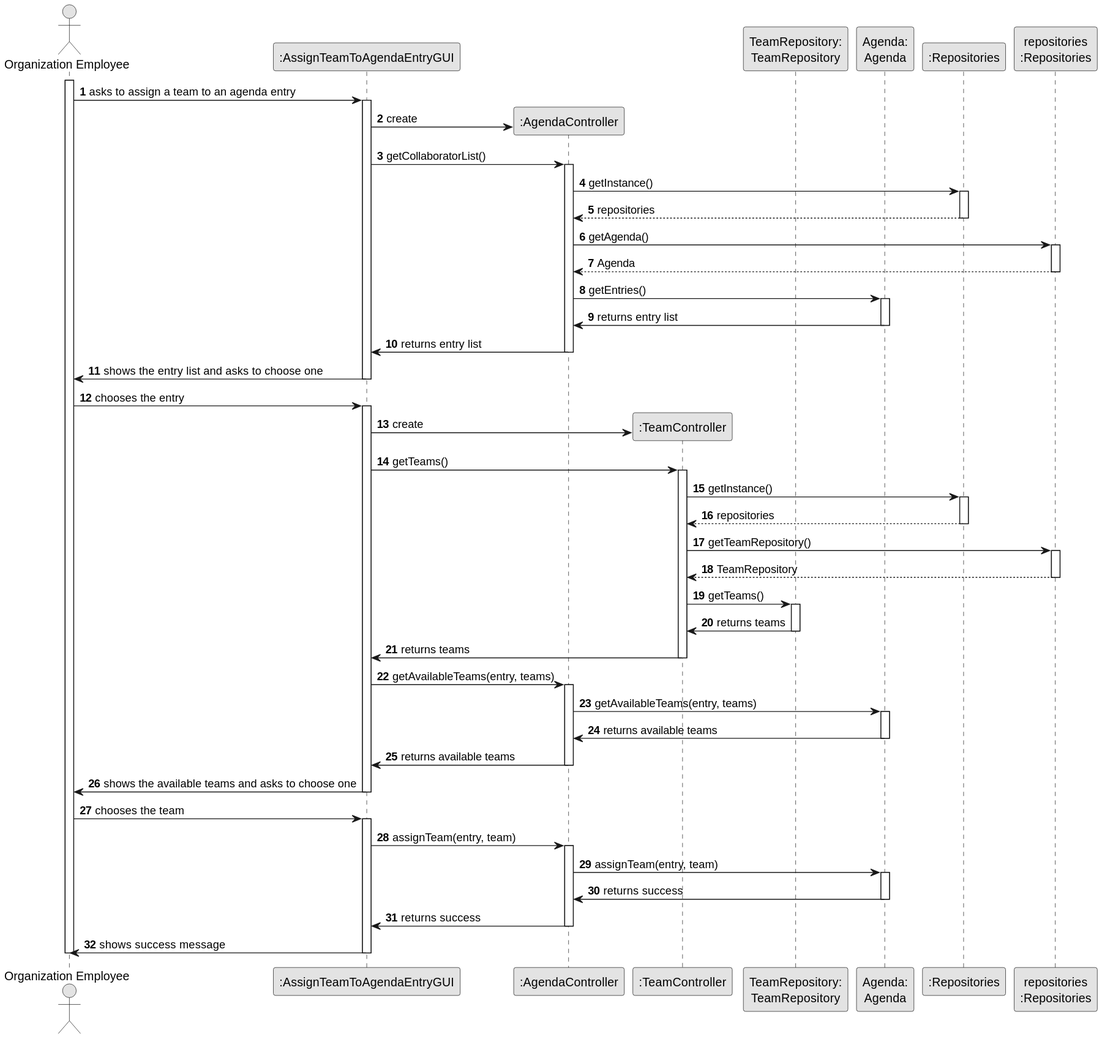
The PlantUML diagram docs/sprintC/us023/03.design/svg/us023-sequence-diagram-full.svg in RicardoMorim/lapr2-ISEP-Project, before a commit. The source it was exported from:
```plantuml
@startuml
skinparam monochrome true
skinparam packageStyle rectangle
skinparam shadowing false

autonumber

actor "Organization Employee" as ADM
participant ":AssignTeamToAgendaEntryGUI" as UI
participant ":AgendaController" as AgendaCTRL
participant ":TeamController" as TeamCTRL
participant "TeamRepository:\nTeamRepository" as TeamRepository
participant "Agenda:\nAgenda" as Agenda


participant ":Repositories" as RepositorySingleton
participant "repositories\n:Repositories" as PLAT

activate ADM
    ADM -> UI : asks to assign a team to an agenda entry
    activate UI
    UI -> AgendaCTRL** : create
       UI -> AgendaCTRL: getCollaboratorList()
       activate AgendaCTRL
                       AgendaCTRL -> RepositorySingleton : getInstance()
                       activate RepositorySingleton

                           RepositorySingleton --> AgendaCTRL: repositories
                       deactivate RepositorySingleton

                       AgendaCTRL -> PLAT : getAgenda()
                       activate PLAT

                           PLAT --> AgendaCTRL: Agenda
                       deactivate PLAT



                       AgendaCTRL -> Agenda : getEntries()
                       activate Agenda

                    Agenda -> AgendaCTRL: returns entry list
                deactivate Agenda
           AgendaCTRL -> UI: returns entry list
       deactivate AgendaCTRL
       UI -> ADM: shows the entry list and asks to choose one
    deactivate UI
    ADM -> UI : chooses the entry

    activate UI
        UI -> TeamCTRL** : create
        UI -> TeamCTRL : getTeams()
        activate TeamCTRL
        TeamCTRL -> RepositorySingleton : getInstance()
             activate RepositorySingleton

                  RepositorySingleton --> TeamCTRL: repositories
             deactivate RepositorySingleton
            TeamCTRL -> PLAT : getTeamRepository()
            activate PLAT
            PLAT --> TeamCTRL: TeamRepository
            deactivate PLAT
            TeamCTRL -> TeamRepository: getTeams()
            activate TeamRepository
                TeamRepository -> TeamCTRL: returns teams
            deactivate TeamRepository

            TeamCTRL -> UI: returns teams
            deactivate TeamCTRL
            UI -> AgendaCTRL: getAvailableTeams(entry, teams)

            activate AgendaCTRL
                AgendaCTRL -> Agenda : getAvailableTeams(entry, teams)
                activate Agenda
                    Agenda -> AgendaCTRL: returns available teams
                deactivate Agenda
            AgendaCTRL -> UI: returns available teams
            deactivate AgendaCTRL
        UI -> ADM: shows the available teams and asks to choose one

    deactivate UI
    ADM -> UI : chooses the team
    activate UI
    UI -> AgendaCTRL : assignTeam(entry, team)
    activate AgendaCTRL
        AgendaCTRL -> Agenda : assignTeam(entry, team)
        activate Agenda
            Agenda -> AgendaCTRL: returns success
        deactivate Agenda
    AgendaCTRL -> UI: returns success
    deactivate AgendaCTRL
    UI -> ADM: shows success message
deactivate UI

deactivate ADM
@enduml
```
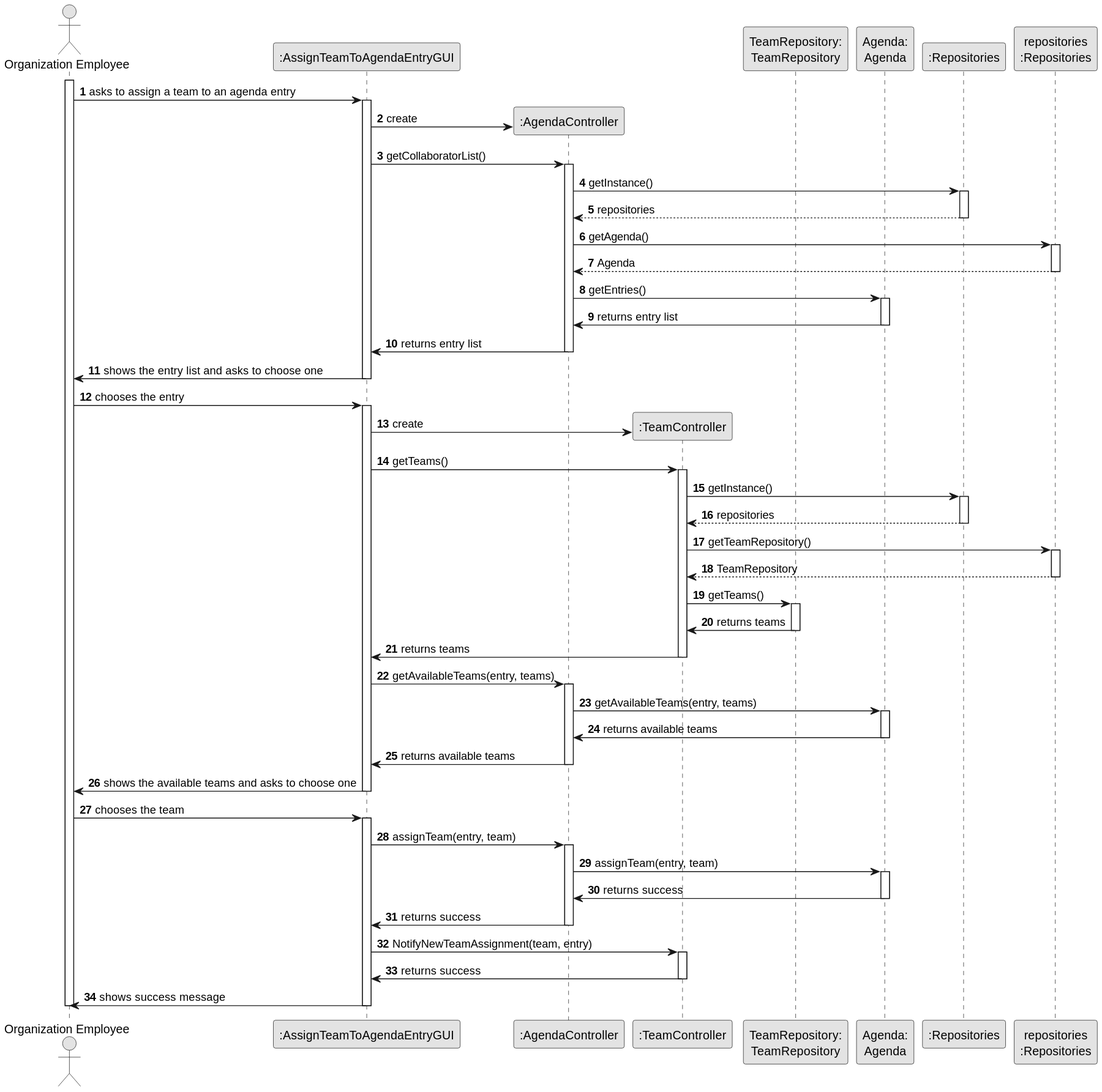
After the change.

Change to the diagram source:
```diff
@@ -89,7 +89,12 @@
         deactivate Agenda
     AgendaCTRL -> UI: returns success
     deactivate AgendaCTRL
+    UI -> TeamCTRL: NotifyNewTeamAssignment(team, entry)
+    activate TeamCTRL
+    TeamCTRL -> UI: returns success
+    deactivate TeamCTRL
     UI -> ADM: shows success message
+
 deactivate UI
 
 deactivate ADM
```
